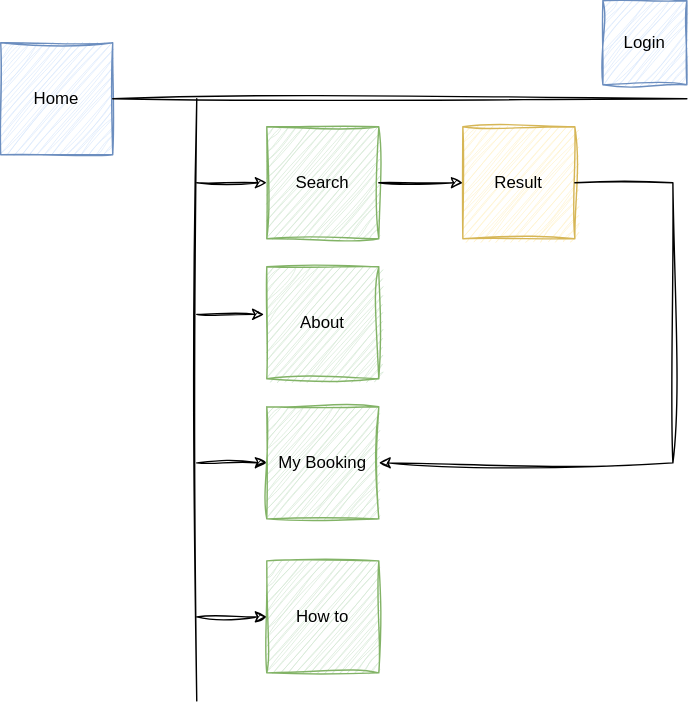
Before: src/assets/Sitemap.svg, a diagram exported from draw.io (jiayi-dev/FlightFinder-Frontend). Source tidied: cells renumbered, new cells last; positions are measured from the earlier drawing's top-left corner, leaving out a move shared by most shapes. Source of this version:
```xml
<mxGraphModel>
  <root>
    <mxCell id="0" />
    <mxCell id="1" parent="0" />
    <mxCell id="2" value="Home" style="whiteSpace=wrap;html=1;fillColor=#dae8fc;strokeColor=#6c8ebf;rounded=0;sketch=1;curveFitting=1;jiggle=2;" parent="1" vertex="1">
      <mxGeometry y="30" width="80" height="80" as="geometry" />
    </mxCell>
    <mxCell id="3" value="How to" style="whiteSpace=wrap;html=1;fillColor=#d5e8d4;strokeColor=#82b366;sketch=1;curveFitting=1;jiggle=2;" parent="1" vertex="1">
      <mxGeometry x="190" y="400" width="80" height="80" as="geometry" />
    </mxCell>
    <mxCell id="4" value="About" style="whiteSpace=wrap;html=1;fillColor=#d5e8d4;strokeColor=#82b366;sketch=1;curveFitting=1;jiggle=2;" parent="1" vertex="1">
      <mxGeometry x="190" y="190" width="80" height="80" as="geometry" />
    </mxCell>
    <mxCell id="5" value="My Booking" style="whiteSpace=wrap;html=1;fillColor=#d5e8d4;strokeColor=#82b366;sketch=1;curveFitting=1;jiggle=2;" parent="1" vertex="1">
      <mxGeometry x="190" y="290" width="80" height="80" as="geometry" />
    </mxCell>
    <mxCell id="6" value="Search" style="whiteSpace=wrap;html=1;fillColor=#d5e8d4;strokeColor=#82b366;sketch=1;curveFitting=1;jiggle=2;" parent="1" vertex="1">
      <mxGeometry x="190" y="90" width="80" height="80" as="geometry" />
    </mxCell>
    <mxCell id="7" value="Result" style="whiteSpace=wrap;html=1;fillColor=#fff2cc;strokeColor=#d6b656;sketch=1;curveFitting=1;jiggle=2;" parent="1" vertex="1">
      <mxGeometry x="330" y="90" width="80" height="80" as="geometry" />
    </mxCell>
    <mxCell id="8" style="endArrow=none;html=1;rounded=0;exitX=1;exitY=0.5;exitDx=0;exitDy=0;sketch=1;curveFitting=1;jiggle=2;" parent="1" edge="1" source="2">
      <mxGeometry relative="1" as="geometry">
        <mxPoint x="490" y="70" as="targetPoint" />
      </mxGeometry>
    </mxCell>
    <mxCell id="9" style="endArrow=none;html=1;rounded=0;sketch=1;curveFitting=1;jiggle=2;" parent="1" edge="1">
      <mxGeometry relative="1" as="geometry">
        <mxPoint x="140" y="500" as="sourcePoint" />
        <mxPoint x="140" y="70" as="targetPoint" />
      </mxGeometry>
    </mxCell>
    <mxCell id="10" style="endArrow=classic;html=1;rounded=0;entryX=0;entryY=0.5;entryDx=0;entryDy=0;sketch=1;curveFitting=1;jiggle=2;" parent="1" edge="1" target="6">
      <mxGeometry relative="1" as="geometry">
        <mxPoint x="140" y="130" as="sourcePoint" />
      </mxGeometry>
    </mxCell>
    <mxCell id="11" style="endArrow=classic;html=1;rounded=0;entryX=-0.025;entryY=0.425;entryDx=0;entryDy=0;entryPerimeter=0;sketch=1;curveFitting=1;jiggle=2;" parent="1" edge="1" target="4">
      <mxGeometry relative="1" as="geometry">
        <mxPoint x="140" y="224" as="sourcePoint" />
      </mxGeometry>
    </mxCell>
    <mxCell id="12" style="endArrow=classic;html=1;rounded=0;entryX=0;entryY=0.5;entryDx=0;entryDy=0;sketch=1;curveFitting=1;jiggle=2;" parent="1" edge="1" target="5">
      <mxGeometry relative="1" as="geometry">
        <mxPoint x="140" y="330" as="sourcePoint" />
      </mxGeometry>
    </mxCell>
    <mxCell id="13" style="endArrow=classic;html=1;rounded=0;entryX=0;entryY=0.5;entryDx=0;entryDy=0;sketch=1;curveFitting=1;jiggle=2;" parent="1" edge="1" target="3">
      <mxGeometry relative="1" as="geometry">
        <mxPoint x="140" y="440" as="sourcePoint" />
      </mxGeometry>
    </mxCell>
    <mxCell id="14" style="endArrow=classic;html=1;rounded=0;entryX=0;entryY=0.5;entryDx=0;entryDy=0;exitX=1;exitY=0.5;exitDx=0;exitDy=0;sketch=1;curveFitting=1;jiggle=2;" parent="1" edge="1" source="6" target="7">
      <mxGeometry relative="1" as="geometry" />
    </mxCell>
    <mxCell id="15" style="endArrow=classic;html=1;rounded=0;entryX=1;entryY=0.5;entryDx=0;entryDy=0;exitX=1;exitY=0.5;exitDx=0;exitDy=0;sketch=1;curveFitting=1;jiggle=2;" parent="1" edge="1" source="7" target="5">
      <mxGeometry relative="1" as="geometry">
        <Array as="points">
          <mxPoint x="480" y="130" />
          <mxPoint x="480" y="330" />
        </Array>
      </mxGeometry>
    </mxCell>
    <mxCell id="16" value="Login" style="whiteSpace=wrap;html=1;fillColor=#dae8fc;strokeColor=#6c8ebf;sketch=1;curveFitting=1;jiggle=2;" parent="1" vertex="1">
      <mxGeometry x="430" width="60" height="60" as="geometry" />
    </mxCell>
  </root>
</mxGraphModel>
```
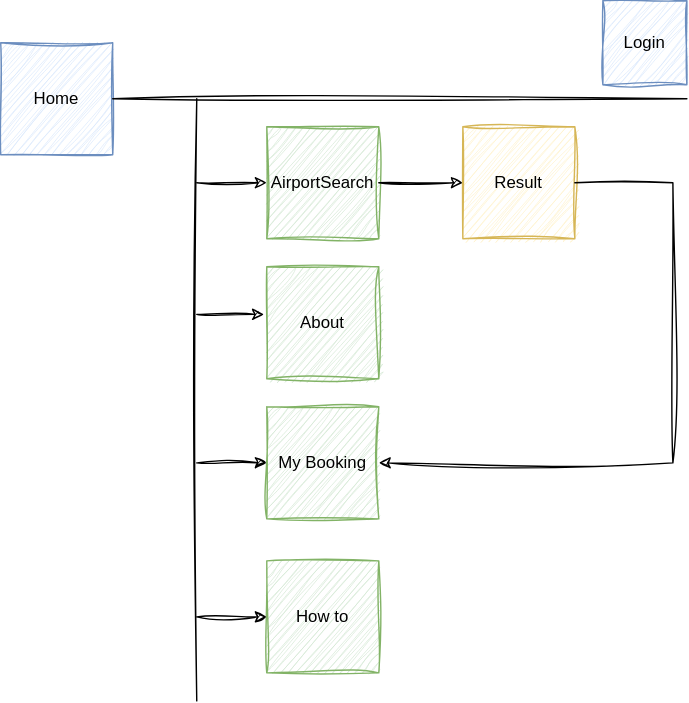
The same diagram one commit later.

What changed in the source:
```diff
@@ -14,7 +14,7 @@
     <mxCell id="5" value="My Booking" style="whiteSpace=wrap;html=1;fillColor=#d5e8d4;strokeColor=#82b366;sketch=1;curveFitting=1;jiggle=2;" parent="1" vertex="1">
       <mxGeometry x="190" y="290" width="80" height="80" as="geometry" />
     </mxCell>
-    <mxCell id="6" value="Search" style="whiteSpace=wrap;html=1;fillColor=#d5e8d4;strokeColor=#82b366;sketch=1;curveFitting=1;jiggle=2;" parent="1" vertex="1">
+    <mxCell id="6" value="AirportSearch" style="whiteSpace=wrap;html=1;fillColor=#d5e8d4;strokeColor=#82b366;sketch=1;curveFitting=1;jiggle=2;" parent="1" vertex="1">
       <mxGeometry x="190" y="90" width="80" height="80" as="geometry" />
     </mxCell>
     <mxCell id="7" value="Result" style="whiteSpace=wrap;html=1;fillColor=#fff2cc;strokeColor=#d6b656;sketch=1;curveFitting=1;jiggle=2;" parent="1" vertex="1">
```
